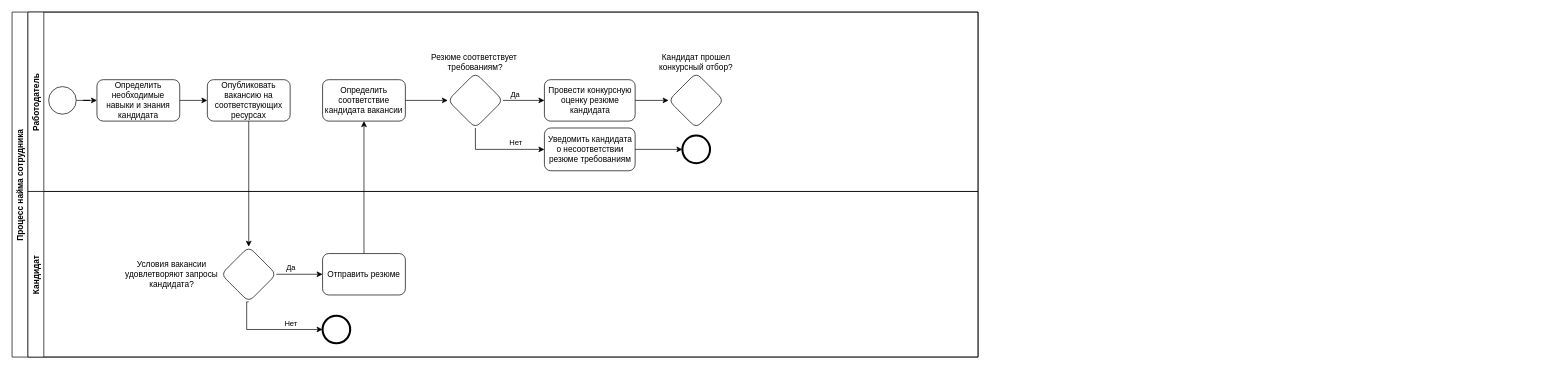
This is Диаграмма без названия.drawio from 8BitRav3n/-, a draw.io file, before an edit. Source tidied: cells renumbered, new cells numbered last; positions are measured from the earlier drawing's top-left corner, leaving out a move shared by most shapes. Both pictures are drawn from the tidied source at 69%, with x=0, y=0 at pixel (12, 12).
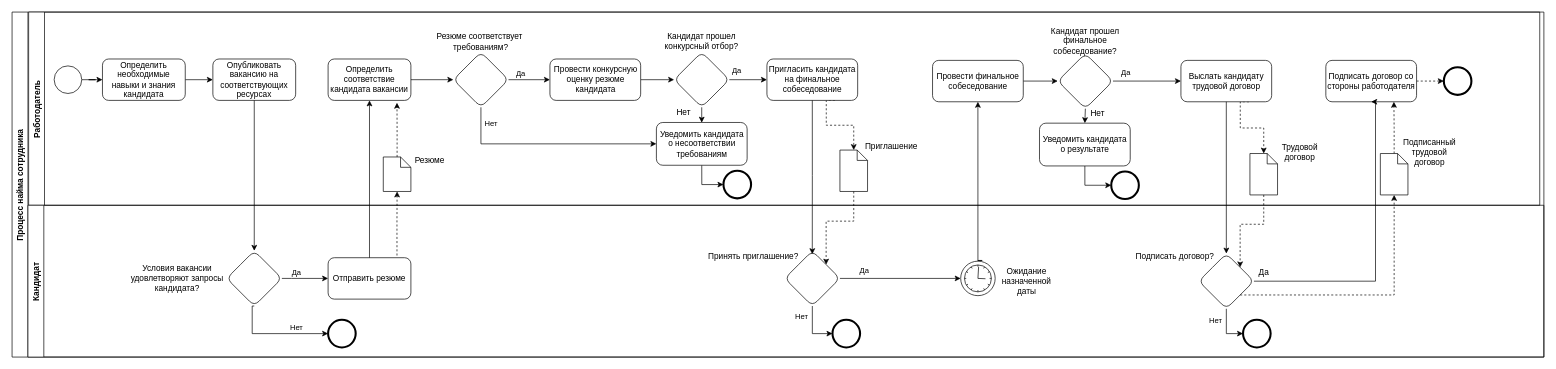
Above is the later version.

The edit, as a diff of the source:
```diff
@@
     <mxCell id="2" value="Процесс найма сотрудника" style="swimlane;horizontal=0;" parent="1" vertex="1">
-      <mxGeometry width="1400" height="500" as="geometry" />
+      <mxGeometry width="2220" height="500" as="geometry" />
     </mxCell>
     <mxCell id="3" value="Работодатель" style="swimlane;horizontal=0;" parent="2" vertex="1">
-      <mxGeometry x="23" width="1377" height="260" as="geometry" />
+      <mxGeometry x="24" width="2190" height="280" as="geometry" />
     </mxCell>
@@
     <mxCell id="5" style="ellipse;whiteSpace=wrap;html=1;" parent="3" vertex="1">
-      <mxGeometry x="30" y="108" width="40" height="40" as="geometry" />
+      <mxGeometry x="37" y="78" width="40" height="40" as="geometry" />
     </mxCell>
@@
     <mxCell id="7" value="Определить необходимые навыки и знания кандидата" style="rounded=1;whiteSpace=wrap;html=1;" parent="3" vertex="1">
-      <mxGeometry x="100" y="98" width="120" height="60" as="geometry" />
+      <mxGeometry x="107" y="68" width="120" height="60" as="geometry" />
     </mxCell>
     <mxCell id="8" value="Опубликовать вакансию на соответствующих ресурсах" style="rounded=1;whiteSpace=wrap;html=1;" parent="3" vertex="1">
-      <mxGeometry x="260" y="98" width="120" height="60" as="geometry" />
+      <mxGeometry x="267" y="68" width="120" height="60" as="geometry" />
     </mxCell>
     <mxCell id="9" value="Определить соответствие кандидата вакансии" style="whiteSpace=wrap;html=1;rounded=1;" parent="3" vertex="1">
-      <mxGeometry x="427" y="98" width="120" height="60" as="geometry" />
+      <mxGeometry x="434" y="68" width="120" height="60" as="geometry" />
     </mxCell>
@@
     <mxCell id="11" value="Провести конкурсную оценку резюме кандидата" style="whiteSpace=wrap;html=1;rounded=1;" parent="3" vertex="1">
-      <mxGeometry x="748.5" y="98" width="131.5" height="60" as="geometry" />
+      <mxGeometry x="755.5" y="68" width="131.5" height="60" as="geometry" />
     </mxCell>
+    <mxCell id="35" style="edgeStyle=orthogonalEdgeStyle;rounded=0;jettySize=auto;html=1;exitX=1;exitY=0.5;exitDx=0;exitDy=0;entryX=0;entryY=0.5;entryDx=0;entryDy=0;" parent="3" edge="1" source="12" target="41">
+      <mxGeometry relative="1" as="geometry" />
+    </mxCell>
+    <mxCell id="36" value="Да" style="edgeLabel;html=1;align=center;verticalAlign=middle;" parent="35" vertex="1">
+      <mxGeometry x="-0.63" relative="1" as="geometry">
+        <mxPoint y="-14" as="offset" />
+      </mxGeometry>
+    </mxCell>
+    <mxCell id="37" style="edgeStyle=orthogonalEdgeStyle;rounded=0;jettySize=auto;html=1;exitX=0.5;exitY=1;exitDx=0;exitDy=0;entryX=0.468;entryY=0.005;entryDx=0;entryDy=0;entryPerimeter=0;" parent="3" edge="1" source="12">
+      <mxGeometry relative="1" as="geometry">
+        <mxPoint x="975.5" y="160.3" as="targetPoint" />
+      </mxGeometry>
+    </mxCell>
     <mxCell id="12" style="rhombus;whiteSpace=wrap;html=1;rounded=1;" parent="3" vertex="1">
-      <mxGeometry x="928.5" y="88" width="80" height="80" as="geometry" />
+      <mxGeometry x="935.5" y="58" width="80" height="80" as="geometry" />
     </mxCell>
@@
+    <mxCell id="21" style="edgeStyle=orthogonalEdgeStyle;rounded=0;jettySize=auto;html=1;exitX=0.5;exitY=1;exitDx=0;exitDy=0;entryX=0;entryY=0.5;entryDx=0;entryDy=0;" parent="3" edge="1" source="16" target="20">
+      <mxGeometry relative="1" as="geometry" />
+    </mxCell>
+    <mxCell id="38" value="Нет" style="edgeLabel;html=1;align=center;verticalAlign=middle;" parent="21" vertex="1">
+      <mxGeometry x="-0.91" y="1" relative="1" as="geometry">
+        <mxPoint x="13" y="8" as="offset" />
+      </mxGeometry>
+    </mxCell>
     <mxCell id="16" style="rhombus;whiteSpace=wrap;html=1;rounded=1;" parent="3" vertex="1">
-      <mxGeometry x="608.5" y="88" width="80" height="80" as="geometry" />
+      <mxGeometry x="615.5" y="58" width="80" height="80" as="geometry" />
     </mxCell>
     <mxCell id="17" value="Резюме соответствует&amp;nbsp;&lt;br&gt;требованиям?" style="text;html=1;strokeColor=none;fillColor=none;align=center;verticalAlign=middle;whiteSpace=wrap;rounded=0;" parent="3" vertex="1">
-      <mxGeometry x="577" y="58" width="143" height="30" as="geometry" />
+      <mxGeometry x="584" y="28" width="143" height="30" as="geometry" />
     </mxCell>
     <mxCell id="18" value="Кандидат прошел конкурсный отбор?" style="text;html=1;strokeColor=none;fillColor=none;align=center;verticalAlign=middle;whiteSpace=wrap;rounded=0;" parent="3" vertex="1">
-      <mxGeometry x="897" y="58" width="143" height="30" as="geometry" />
+      <mxGeometry x="904" y="27" width="143" height="30" as="geometry" />
     </mxCell>
-    <mxCell id="19" style="edgeStyle=orthogonalEdgeStyle;rounded=0;jettySize=auto;html=1;exitX=1;exitY=0.5;exitDx=0;exitDy=0;entryX=0;entryY=0.5;entryDx=0;entryDy=0;" parent="3" edge="1" source="20" target="23">
+    <mxCell id="19" style="edgeStyle=orthogonalEdgeStyle;rounded=0;jettySize=auto;html=1;exitX=0.5;exitY=1;exitDx=0;exitDy=0;entryX=0;entryY=0.5;entryDx=0;entryDy=0;" parent="3" edge="1" source="20" target="23">
       <mxGeometry relative="1" as="geometry" />
     </mxCell>
-    <mxCell id="20" value="Уведомить кандидата о несоответствии резюме требованиям" style="whiteSpace=wrap;html=1;rounded=1;" parent="3" vertex="1">
-      <mxGeometry x="748.5" y="168" width="131.5" height="62" as="geometry" />
+    <mxCell id="20" value="Уведомить кандидата о несоответствии требованиям" style="whiteSpace=wrap;html=1;rounded=1;" parent="3" vertex="1">
+      <mxGeometry x="909.8" y="160" width="131.5" height="62" as="geometry" />
     </mxCell>
-    <mxCell id="21" style="edgeStyle=orthogonalEdgeStyle;rounded=0;jettySize=auto;html=1;exitX=0.5;exitY=1;exitDx=0;exitDy=0;entryX=0;entryY=0.5;entryDx=0;entryDy=0;" parent="3" edge="1" source="16" target="20">
-      <mxGeometry relative="1" as="geometry" />
-    </mxCell>
-    <mxCell id="22" value="Нет" style="edgeLabel;html=1;align=center;verticalAlign=middle;" parent="21" vertex="1">
-      <mxGeometry x="-0.62" y="2" relative="1" as="geometry">
-        <mxPoint x="56" y="-5" as="offset" />
-      </mxGeometry>
-    </mxCell>
     <mxCell id="23" style="ellipse;whiteSpace=wrap;html=1;strokeWidth=3;" parent="3" vertex="1">
-      <mxGeometry x="948.5" y="179" width="40" height="40" as="geometry" />
+      <mxGeometry x="1007" y="230" width="40" height="40" as="geometry" />
     </mxCell>
+    <mxCell id="39" value="Нет" style="text;html=1;align=center;verticalAlign=middle;strokeColor=none;fillColor=none;" parent="3" vertex="1">
+      <mxGeometry x="929" y="130" width="40" height="30" as="geometry" />
+    </mxCell>
+    <mxCell id="40" style="edgeStyle=orthogonalEdgeStyle;rounded=0;jettySize=auto;html=1;exitX=0.75;exitY=1;exitDx=0;exitDy=0;entryX=0.5;entryY=0;entryDx=0;entryDy=0;entryPerimeter=0;dashed=1;" parent="3" edge="1" source="41" target="60">
+      <mxGeometry relative="1" as="geometry">
+        <Array as="points">
+          <mxPoint x="1156" y="128" />
+          <mxPoint x="1156" y="164" />
+          <mxPoint x="1196" y="164" />
+        </Array>
+      </mxGeometry>
+    </mxCell>
+    <mxCell id="41" value="Пригласить кандидата на финальное собеседование" style="whiteSpace=wrap;html=1;rounded=1;" parent="3" vertex="1">
+      <mxGeometry x="1070" y="68" width="131.5" height="60" as="geometry" />
+    </mxCell>
+    <mxCell id="42" style="edgeStyle=orthogonalEdgeStyle;rounded=0;jettySize=auto;html=1;exitX=1;exitY=0.5;exitDx=0;exitDy=0;entryX=0;entryY=0.5;entryDx=0;entryDy=0;" parent="3" edge="1" source="43" target="45">
+      <mxGeometry relative="1" as="geometry" />
+    </mxCell>
+    <mxCell id="43" value="Провести финальное собеседование" style="whiteSpace=wrap;html=1;rounded=1;" parent="3" vertex="1">
+      <mxGeometry x="1310" y="70" width="131.5" height="60" as="geometry" />
+    </mxCell>
+    <mxCell id="44" style="edgeStyle=orthogonalEdgeStyle;rounded=0;jettySize=auto;html=1;exitX=0.5;exitY=1;exitDx=0;exitDy=0;entryX=0.5;entryY=0;entryDx=0;entryDy=0;" parent="3" edge="1" source="45" target="52">
+      <mxGeometry relative="1" as="geometry" />
+    </mxCell>
+    <mxCell id="45" style="rhombus;whiteSpace=wrap;html=1;rounded=1;" parent="3" vertex="1">
+      <mxGeometry x="1491.5" y="60" width="80" height="80" as="geometry" />
+    </mxCell>
+    <mxCell id="46" value="Кандидат прошел финальное собеседование?" style="text;html=1;strokeColor=none;fillColor=none;align=center;verticalAlign=middle;whiteSpace=wrap;rounded=0;" parent="3" vertex="1">
+      <mxGeometry x="1460" y="27" width="143" height="30" as="geometry" />
+    </mxCell>
+    <mxCell id="47" style="edgeStyle=orthogonalEdgeStyle;rounded=0;jettySize=auto;html=1;exitX=0.75;exitY=1;exitDx=0;exitDy=0;entryX=0.5;entryY=0;entryDx=0;entryDy=0;entryPerimeter=0;dashed=1;" parent="3" edge="1" source="48" target="62">
+      <mxGeometry relative="1" as="geometry">
+        <Array as="points">
+          <mxPoint x="1756" y="130" />
+          <mxPoint x="1756" y="168" />
+          <mxPoint x="1790" y="168" />
+        </Array>
+      </mxGeometry>
+    </mxCell>
+    <mxCell id="48" value="Выслать кандидату трудовой договор" style="whiteSpace=wrap;html=1;rounded=1;" parent="3" vertex="1">
+      <mxGeometry x="1670" y="70" width="131.5" height="60" as="geometry" />
+    </mxCell>
+    <mxCell id="49" style="edgeStyle=orthogonalEdgeStyle;rounded=0;jettySize=auto;html=1;exitX=1;exitY=0.5;exitDx=0;exitDy=0;entryX=0;entryY=0.5;entryDx=0;entryDy=0;" parent="3" edge="1" source="45" target="48">
+      <mxGeometry relative="1" as="geometry" />
+    </mxCell>
+    <mxCell id="50" value="Да" style="edgeLabel;html=1;align=center;verticalAlign=middle;" parent="49" vertex="1">
+      <mxGeometry x="-0.63" relative="1" as="geometry">
+        <mxPoint y="-14" as="offset" />
+      </mxGeometry>
+    </mxCell>
+    <mxCell id="51" style="edgeStyle=orthogonalEdgeStyle;rounded=0;jettySize=auto;html=1;exitX=0.5;exitY=1;exitDx=0;exitDy=0;entryX=0;entryY=0.5;entryDx=0;entryDy=0;" parent="3" edge="1" source="52" target="53">
+      <mxGeometry relative="1" as="geometry">
+        <Array as="points">
+          <mxPoint x="1531" y="251" />
+        </Array>
+      </mxGeometry>
+    </mxCell>
+    <mxCell id="52" value="Уведомить кандидата о результате" style="whiteSpace=wrap;html=1;rounded=1;" parent="3" vertex="1">
+      <mxGeometry x="1465" y="161" width="131.5" height="62" as="geometry" />
+    </mxCell>
+    <mxCell id="53" style="ellipse;whiteSpace=wrap;html=1;strokeWidth=3;" parent="3" vertex="1">
+      <mxGeometry x="1569" y="231" width="40" height="40" as="geometry" />
+    </mxCell>
+    <mxCell id="54" value="Нет" style="text;html=1;align=center;verticalAlign=middle;strokeColor=none;fillColor=none;" parent="3" vertex="1">
+      <mxGeometry x="1528.5" y="132" width="40" height="30" as="geometry" />
+    </mxCell>
+    <mxCell id="55" style="edgeStyle=orthogonalEdgeStyle;rounded=0;jettySize=auto;html=1;exitX=1;exitY=0.5;exitDx=0;exitDy=0;entryX=0;entryY=0.5;entryDx=0;entryDy=0;dashed=1;" parent="3" edge="1" source="56" target="67">
+      <mxGeometry relative="1" as="geometry" />
+    </mxCell>
+    <mxCell id="56" value="Подписать договор со стороны работодателя" style="whiteSpace=wrap;html=1;rounded=1;" parent="3" vertex="1">
+      <mxGeometry x="1880" y="70" width="131.5" height="60" as="geometry" />
+    </mxCell>
+    <mxCell id="57" style="edgeStyle=orthogonalEdgeStyle;rounded=0;jettySize=auto;html=1;entryX=0.832;entryY=1.057;entryDx=0;entryDy=0;entryPerimeter=0;dashed=1;" parent="3" edge="1" source="58" target="9">
+      <mxGeometry relative="1" as="geometry" />
+    </mxCell>
+    <mxCell id="58" style="shape=mxgraph.bpmn.data;labelPosition=center;verticalLabelPosition=bottom;align=center;verticalAlign=top;whiteSpace=wrap;size=15;html=1;" parent="3" vertex="1">
+      <mxGeometry x="514" y="210" width="40" height="50" as="geometry" />
+    </mxCell>
+    <mxCell id="59" value="Резюме" style="text;html=1;align=center;verticalAlign=middle;strokeColor=none;fillColor=none;" parent="3" vertex="1">
+      <mxGeometry x="545.5" y="200" width="70" height="30" as="geometry" />
+    </mxCell>
+    <mxCell id="60" style="shape=mxgraph.bpmn.data;labelPosition=center;verticalLabelPosition=bottom;align=center;verticalAlign=top;whiteSpace=wrap;size=15;html=1;" parent="3" vertex="1">
+      <mxGeometry x="1175.8" y="200" width="40" height="60" as="geometry" />
+    </mxCell>
+    <mxCell id="61" value="Приглашение" style="text;html=1;align=center;verticalAlign=middle;strokeColor=none;fillColor=none;" parent="3" vertex="1">
+      <mxGeometry x="1200" y="180" width="100" height="30" as="geometry" />
+    </mxCell>
+    <mxCell id="62" style="shape=mxgraph.bpmn.data;labelPosition=center;verticalLabelPosition=bottom;align=center;verticalAlign=top;whiteSpace=wrap;size=15;html=1;" parent="3" vertex="1">
+      <mxGeometry x="1770" y="205" width="40" height="60" as="geometry" />
+    </mxCell>
+    <mxCell id="63" value="Трудовой &lt;br&gt;договор" style="text;html=1;align=center;verticalAlign=middle;strokeColor=none;fillColor=none;" parent="3" vertex="1">
+      <mxGeometry x="1801.5" y="183" width="80" height="40" as="geometry" />
+    </mxCell>
+    <mxCell id="64" style="edgeStyle=orthogonalEdgeStyle;rounded=0;jettySize=auto;html=1;exitX=0.5;exitY=0;exitDx=0;exitDy=0;exitPerimeter=0;entryX=0.75;entryY=1;entryDx=0;entryDy=0;dashed=1;" parent="3" edge="1" source="65" target="56">
+      <mxGeometry relative="1" as="geometry" />
+    </mxCell>
+    <mxCell id="65" style="shape=mxgraph.bpmn.data;labelPosition=center;verticalLabelPosition=bottom;align=center;verticalAlign=top;whiteSpace=wrap;size=15;html=1;" parent="3" vertex="1">
+      <mxGeometry x="1959" y="205" width="40" height="60" as="geometry" />
+    </mxCell>
+    <mxCell id="66" value="Подписанный&lt;br&gt;трудовой&lt;br&gt;договор" style="text;html=1;align=center;verticalAlign=middle;strokeColor=none;fillColor=none;" parent="3" vertex="1">
+      <mxGeometry x="1980" y="173" width="100" height="60" as="geometry" />
+    </mxCell>
+    <mxCell id="67" style="ellipse;whiteSpace=wrap;html=1;strokeWidth=3;" parent="3" vertex="1">
+      <mxGeometry x="2051" y="80" width="40" height="40" as="geometry" />
+    </mxCell>
     <mxCell id="24" value="Кандидат" style="swimlane;horizontal=0;" parent="2" vertex="1">
-      <mxGeometry x="23" y="260" width="1377" height="240" as="geometry" />
+      <mxGeometry x="23" y="280" width="2197" height="220" as="geometry" />
     </mxCell>
     <mxCell id="25" value="Отправить резюме" style="whiteSpace=wrap;html=1;rounded=1;" parent="24" vertex="1">
-      <mxGeometry x="427" y="90" width="120" height="60" as="geometry" />
+      <mxGeometry x="435" y="76" width="120" height="60" as="geometry" />
     </mxCell>
     <mxCell id="26" style="edgeStyle=orthogonalEdgeStyle;rounded=0;jettySize=auto;html=1;exitX=1;exitY=0.5;exitDx=0;exitDy=0;" parent="24" edge="1" source="30" target="25">
       <mxGeometry relative="1" as="geometry">
         <Array as="points">
-          <mxPoint x="374" y="120" />
-          <mxPoint x="374" y="120" />
+          <mxPoint x="382" y="106" />
+          <mxPoint x="382" y="106" />
         </Array>
       </mxGeometry>
     </mxCell>
@@
     <mxCell id="28" style="edgeStyle=orthogonalEdgeStyle;rounded=0;jettySize=auto;html=1;exitX=0.5;exitY=1;exitDx=0;exitDy=0;entryX=0;entryY=0.5;entryDx=0;entryDy=0;" parent="24" edge="1" source="30" target="32">
       <mxGeometry relative="1" as="geometry">
         <Array as="points">
-          <mxPoint x="317" y="200" />
+          <mxPoint x="325" y="186" />
         </Array>
       </mxGeometry>
     </mxCell>
@@
     <mxCell id="30" style="rhombus;whiteSpace=wrap;html=1;rounded=1;" parent="24" vertex="1">
-      <mxGeometry x="280" y="80" width="80" height="80" as="geometry" />
+      <mxGeometry x="288" y="66" width="80" height="80" as="geometry" />
     </mxCell>
     <mxCell id="31" value="Условия вакансии удовлетворяют запросы кандидата?" style="text;html=1;strokeColor=none;fillColor=none;align=center;verticalAlign=middle;whiteSpace=wrap;rounded=0;" parent="24" vertex="1">
-      <mxGeometry x="137" y="105" width="143" height="30" as="geometry" />
+      <mxGeometry x="145" y="91" width="143" height="30" as="geometry" />
     </mxCell>
     <mxCell id="32" style="ellipse;whiteSpace=wrap;html=1;strokeWidth=3;" parent="24" vertex="1">
-      <mxGeometry x="427" y="180" width="40" height="40" as="geometry" />
+      <mxGeometry x="435" y="166" width="40" height="40" as="geometry" />
     </mxCell>
+    <mxCell id="68" style="edgeStyle=orthogonalEdgeStyle;rounded=0;jettySize=auto;html=1;entryX=0;entryY=0.5;entryDx=0;entryDy=0;" parent="24" edge="1" source="72" target="74">
+      <mxGeometry relative="1" as="geometry" />
+    </mxCell>
+    <mxCell id="69" value="Нет" style="edgeLabel;html=1;align=center;verticalAlign=middle;" parent="68" vertex="1">
+      <mxGeometry x="-0.72" y="1" relative="1" as="geometry">
+        <mxPoint x="-17" y="5" as="offset" />
+      </mxGeometry>
+    </mxCell>
+    <mxCell id="70" style="edgeStyle=orthogonalEdgeStyle;rounded=0;jettySize=auto;html=1;exitX=1;exitY=0.5;exitDx=0;exitDy=0;entryX=0;entryY=0.5;entryDx=0;entryDy=0;entryPerimeter=0;" parent="24" edge="1" source="72" target="75">
+      <mxGeometry relative="1" as="geometry" />
+    </mxCell>
+    <mxCell id="71" value="Да" style="edgeLabel;html=1;align=center;verticalAlign=middle;" parent="70" vertex="1">
+      <mxGeometry x="-0.6" y="-1" relative="1" as="geometry">
+        <mxPoint y="-14" as="offset" />
+      </mxGeometry>
+    </mxCell>
+    <mxCell id="72" style="rhombus;whiteSpace=wrap;html=1;rounded=1;" parent="24" vertex="1">
+      <mxGeometry x="1096.8" y="66" width="80" height="80" as="geometry" />
+    </mxCell>
+    <mxCell id="73" value="Принять приглашение?" style="text;html=1;align=center;verticalAlign=middle;strokeColor=none;fillColor=none;" parent="24" vertex="1">
+      <mxGeometry x="976" y="60" width="150" height="30" as="geometry" />
+    </mxCell>
+    <mxCell id="74" style="ellipse;whiteSpace=wrap;html=1;strokeWidth=3;" parent="24" vertex="1">
+      <mxGeometry x="1166" y="166" width="40" height="40" as="geometry" />
+    </mxCell>
+    <mxCell id="75" style="points=[[0.145,0.145,0],[0.5,0,0],[0.855,0.145,0],[1,0.5,0],[0.855,0.855,0],[0.5,1,0],[0.145,0.855,0],[0,0.5,0]];shape=mxgraph.bpmn.event;html=1;verticalLabelPosition=bottom;labelBackgroundColor=#ffffff;verticalAlign=top;align=center;perimeter=ellipsePerimeter;outlineConnect=0;outline=standard;symbol=timer;" parent="24" vertex="1">
+      <mxGeometry x="1351.8" y="81" width="50" height="50" as="geometry" />
+    </mxCell>
+    <mxCell id="76" value="Ожидание &lt;br&gt;назначенной &lt;br&gt;даты" style="text;html=1;align=center;verticalAlign=middle;strokeColor=none;fillColor=none;" parent="24" vertex="1">
+      <mxGeometry x="1401.8" y="80" width="90" height="60" as="geometry" />
+    </mxCell>
+    <mxCell id="77" style="edgeStyle=orthogonalEdgeStyle;rounded=0;jettySize=auto;html=1;exitX=0.5;exitY=1;exitDx=0;exitDy=0;entryX=0;entryY=0.5;entryDx=0;entryDy=0;" parent="24" edge="1" source="79" target="81">
+      <mxGeometry relative="1" as="geometry" />
+    </mxCell>
+    <mxCell id="78" value="Нет" style="edgeLabel;html=1;align=center;verticalAlign=middle;" parent="77" vertex="1">
+      <mxGeometry x="-0.63" y="2" relative="1" as="geometry">
+        <mxPoint x="-18" y="5" as="offset" />
+      </mxGeometry>
+    </mxCell>
+    <mxCell id="79" style="rhombus;whiteSpace=wrap;html=1;rounded=1;" parent="24" vertex="1">
+      <mxGeometry x="1696.8" y="70" width="80" height="80" as="geometry" />
+    </mxCell>
+    <mxCell id="80" value="Подписать договор?" style="text;html=1;strokeColor=none;fillColor=none;align=center;verticalAlign=middle;whiteSpace=wrap;rounded=0;" parent="24" vertex="1">
+      <mxGeometry x="1591" y="60" width="143" height="30" as="geometry" />
+    </mxCell>
+    <mxCell id="81" style="ellipse;whiteSpace=wrap;html=1;strokeWidth=3;" parent="24" vertex="1">
+      <mxGeometry x="1761" y="166" width="40" height="40" as="geometry" />
+    </mxCell>
+    <mxCell id="82" value="Да" style="text;html=1;align=center;verticalAlign=middle;strokeColor=none;fillColor=none;" parent="24" vertex="1">
+      <mxGeometry x="1771" y="83" width="40" height="30" as="geometry" />
+    </mxCell>
@@
+    <mxCell id="83" style="edgeStyle=orthogonalEdgeStyle;rounded=0;jettySize=auto;html=1;exitX=0.5;exitY=1;exitDx=0;exitDy=0;entryX=0.499;entryY=0.061;entryDx=0;entryDy=0;entryPerimeter=0;" parent="2" edge="1" source="41" target="72">
+      <mxGeometry relative="1" as="geometry" />
+    </mxCell>
+    <mxCell id="84" style="edgeStyle=orthogonalEdgeStyle;rounded=0;jettySize=auto;html=1;exitX=0.5;exitY=0;exitDx=0;exitDy=0;exitPerimeter=0;entryX=0.5;entryY=1;entryDx=0;entryDy=0;" parent="2" edge="1" source="75" target="43">
+      <mxGeometry relative="1" as="geometry">
+        <Array as="points">
+          <mxPoint x="1406" y="360" />
+          <mxPoint x="1406" y="360" />
+        </Array>
+      </mxGeometry>
+    </mxCell>
+    <mxCell id="85" style="edgeStyle=orthogonalEdgeStyle;rounded=0;jettySize=auto;html=1;exitX=0.5;exitY=1;exitDx=0;exitDy=0;entryX=0.5;entryY=0;entryDx=0;entryDy=0;" parent="2" edge="1" source="48" target="79">
+      <mxGeometry relative="1" as="geometry" />
+    </mxCell>
+    <mxCell id="86" style="edgeStyle=orthogonalEdgeStyle;rounded=0;jettySize=auto;html=1;exitX=1;exitY=0.5;exitDx=0;exitDy=0;entryX=0.5;entryY=1;entryDx=0;entryDy=0;" parent="2" edge="1" source="79" target="56">
+      <mxGeometry relative="1" as="geometry">
+        <Array as="points">
+          <mxPoint x="1976" y="390" />
+        </Array>
+      </mxGeometry>
+    </mxCell>
+    <mxCell id="87" style="edgeStyle=orthogonalEdgeStyle;rounded=0;jettySize=auto;html=1;entryX=0.5;entryY=1;entryDx=0;entryDy=0;entryPerimeter=0;exitX=0.832;exitY=-0.053;exitDx=0;exitDy=0;exitPerimeter=0;dashed=1;" parent="2" edge="1" source="25" target="58">
+      <mxGeometry relative="1" as="geometry" />
+    </mxCell>
+    <mxCell id="88" style="edgeStyle=orthogonalEdgeStyle;rounded=0;jettySize=auto;html=1;exitX=0.5;exitY=1;exitDx=0;exitDy=0;exitPerimeter=0;entryX=1;entryY=0;entryDx=0;entryDy=0;dashed=1;" parent="2" edge="1" source="60" target="72">
+      <mxGeometry relative="1" as="geometry" />
+    </mxCell>
+    <mxCell id="89" style="edgeStyle=orthogonalEdgeStyle;rounded=0;jettySize=auto;html=1;exitX=0.5;exitY=1;exitDx=0;exitDy=0;exitPerimeter=0;entryX=1;entryY=0;entryDx=0;entryDy=0;dashed=1;" parent="2" edge="1" source="62" target="79">
+      <mxGeometry relative="1" as="geometry" />
+    </mxCell>
+    <mxCell id="90" style="edgeStyle=orthogonalEdgeStyle;rounded=0;jettySize=auto;html=1;exitX=1;exitY=1;exitDx=0;exitDy=0;entryX=0.5;entryY=1;entryDx=0;entryDy=0;entryPerimeter=0;dashed=1;" parent="2" edge="1" source="79" target="65">
+      <mxGeometry relative="1" as="geometry" />
+    </mxCell>
```
